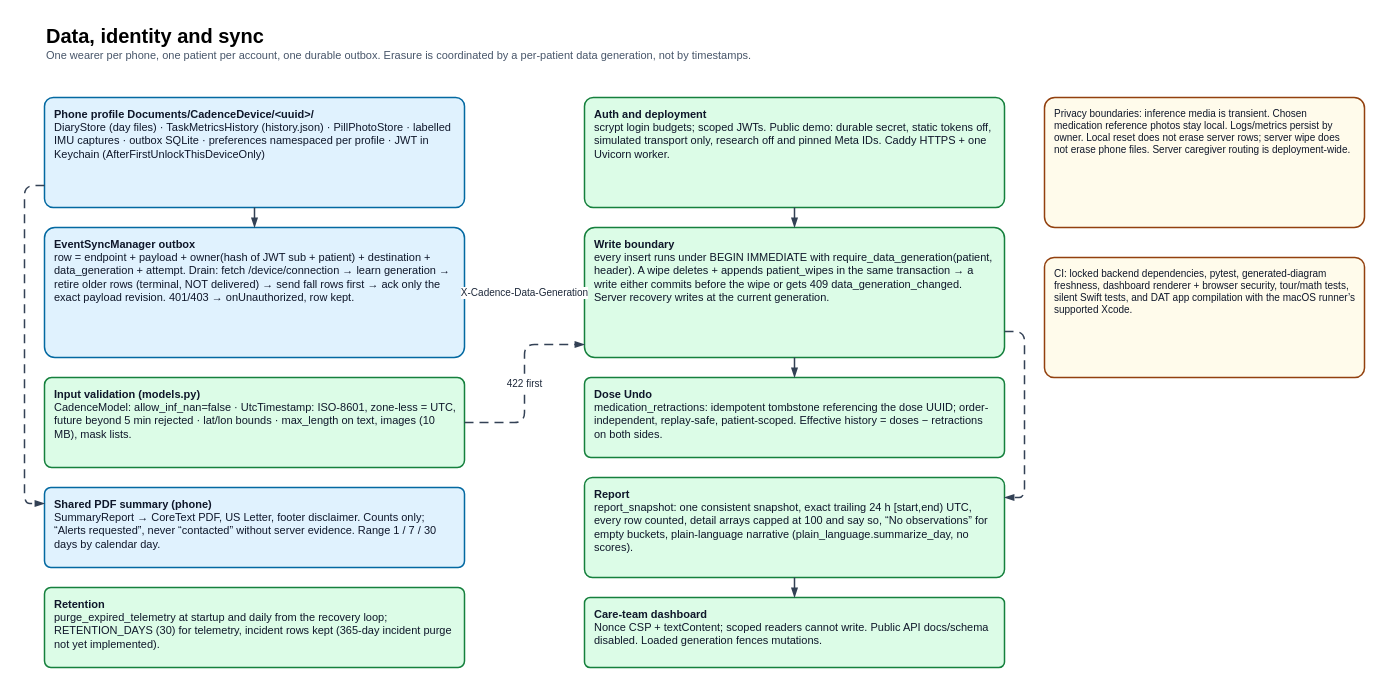
Earlier version of the draw.io diagram page "4 Data and sync" (4 of 5) of docs/cadence_architecture.drawio (theloopsmith/Cadence). Source tidied: cells renumbered, new cells numbered last; positions are measured from the earlier drawing's top-left corner, leaving out a move shared by most shapes. Both pictures are drawn from the tidied source at 100%, with x=0, y=0 at pixel (44, 17).
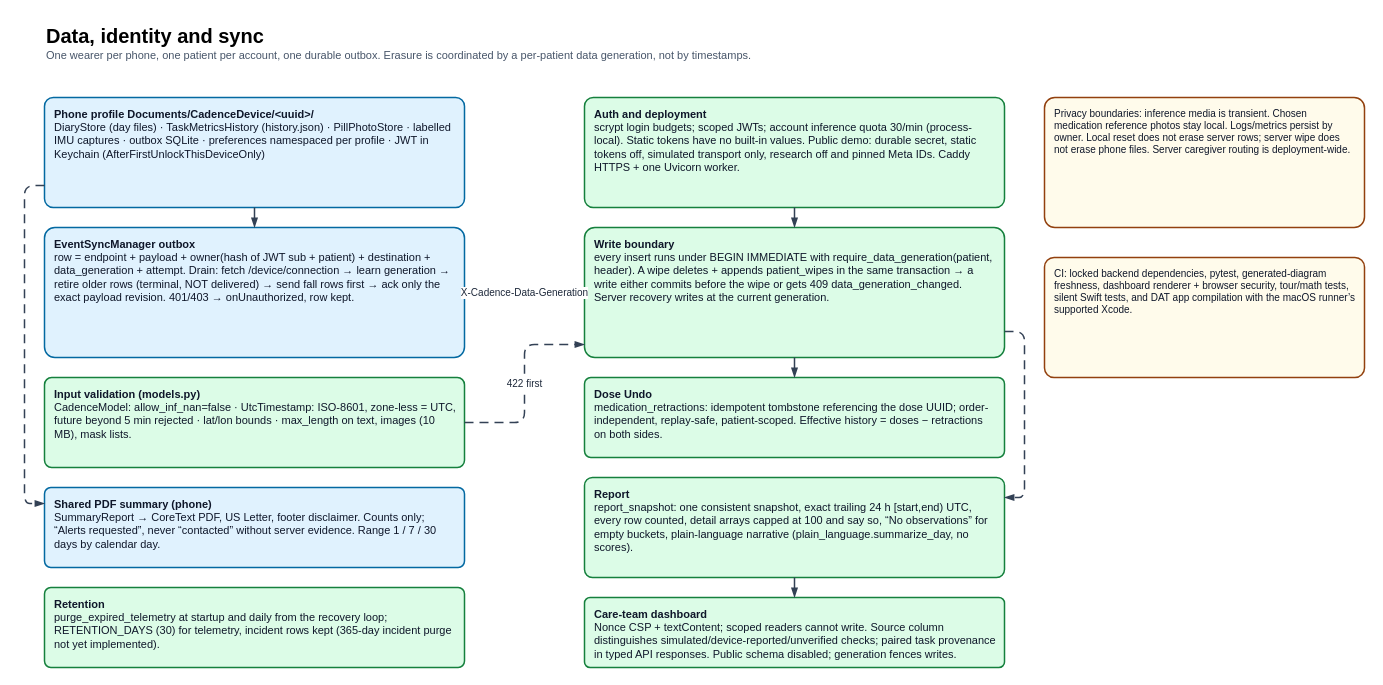
The same page after the edit.

What changed in the source:
```diff
@@
-    <mxCell id="5" value="&lt;b&gt;Auth and deployment&lt;/b&gt;&lt;br/&gt;scrypt login budgets; scoped JWTs. Public demo: durable secret, static tokens off, simulated transport only, research off and pinned Meta IDs. Caddy HTTPS + one Uvicorn worker." style="rounded=1;arcSize=8;whiteSpace=wrap;html=1;fillColor=#DCFCE7;strokeColor=#15803D;fontColor=#0F172A;fontSize=11;align=left;verticalAlign=top;spacingLeft=8;spacingRight=8;spacingTop=4;strokeWidth=1.5;" parent="1" vertex="1">
+    <mxCell id="5" value="&lt;b&gt;Auth and deployment&lt;/b&gt;&lt;br/&gt;scrypt login budgets; scoped JWTs; account inference quota 30/min (process-local). Static tokens have no built-in values. Public demo: durable secret, static tokens off, simulated transport only, research off and pinned Meta IDs. Caddy HTTPS + one Uvicorn worker." style="rounded=1;arcSize=8;whiteSpace=wrap;html=1;fillColor=#DCFCE7;strokeColor=#15803D;fontColor=#0F172A;fontSize=11;align=left;verticalAlign=top;spacingLeft=8;spacingRight=8;spacingTop=4;strokeWidth=1.5;" parent="1" vertex="1">
       <mxGeometry x="540" y="80" width="420" height="110" as="geometry" />
     </mxCell>
@@
-    <mxCell id="9" value="&lt;b&gt;Care-team dashboard&lt;/b&gt;&lt;br/&gt;Nonce CSP + textContent; scoped readers cannot write. Public API docs/schema disabled. Loaded generation fences mutations." style="rounded=1;arcSize=8;whiteSpace=wrap;html=1;fillColor=#DCFCE7;strokeColor=#15803D;fontColor=#0F172A;fontSize=11;align=left;verticalAlign=top;spacingLeft=8;spacingRight=8;spacingTop=4;strokeWidth=1.5;" parent="1" vertex="1">
+    <mxCell id="9" value="&lt;b&gt;Care-team dashboard&lt;/b&gt;&lt;br/&gt;Nonce CSP + textContent; scoped readers cannot write. Source column distinguishes simulated/device-reported/unverified checks; paired task provenance in typed API responses. Public schema disabled; generation fences writes." style="rounded=1;arcSize=8;whiteSpace=wrap;html=1;fillColor=#DCFCE7;strokeColor=#15803D;fontColor=#0F172A;fontSize=11;align=left;verticalAlign=top;spacingLeft=8;spacingRight=8;spacingTop=4;strokeWidth=1.5;" parent="1" vertex="1">
       <mxGeometry x="540" y="580" width="420" height="70" as="geometry" />
     </mxCell>
```
